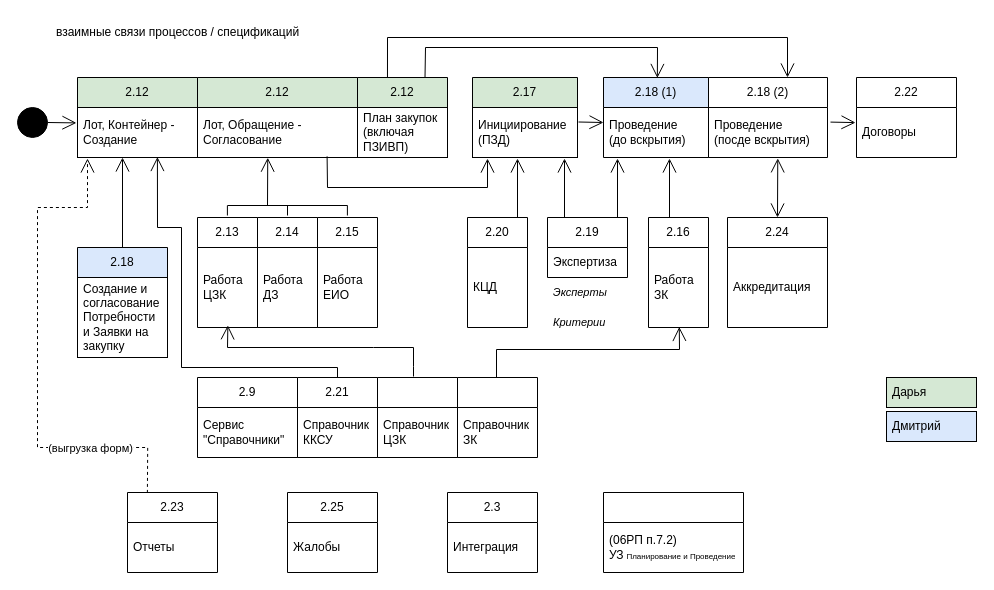
Earlier version of the draw.io diagram page "процессы / ТЗ" (8 of 8) of Предметная область SRM.drawio (realrvs/drawio). Source tidied: cells renumbered, new cells numbered last; positions are measured from the earlier drawing's top-left corner, leaving out a move shared by most shapes. Both pictures are drawn from the tidied source at 100%, with x=0, y=0 at pixel (17, 17).
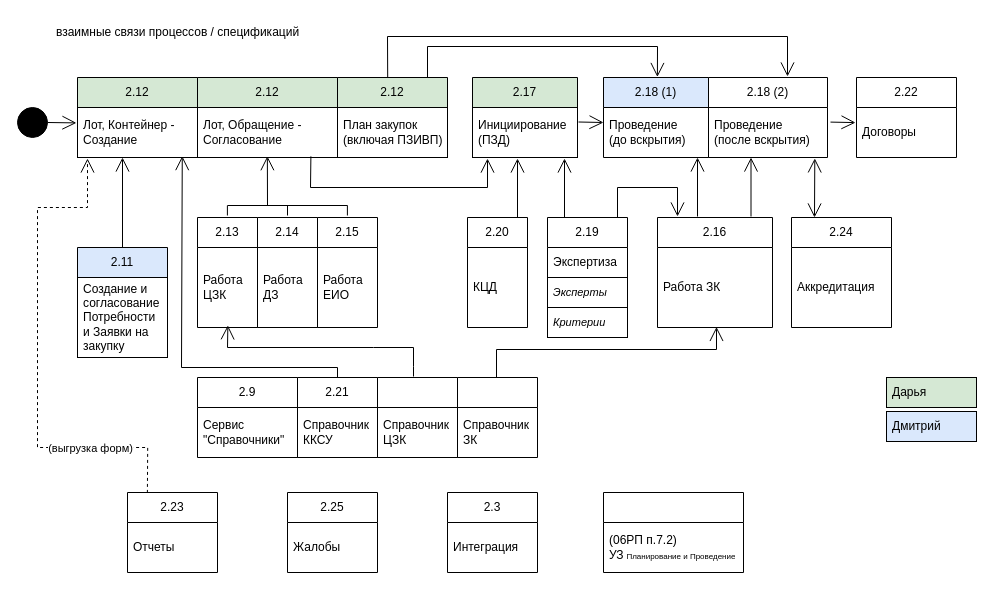
The same diagram, later.

Unchanged cells that the change refers to:
```xml
<mxCell id="6" value="Лот, Контейнер -&amp;nbsp;&lt;div&gt;Создание&lt;/div&gt;" style="text;strokeColor=#000000;fillColor=none;align=left;verticalAlign=middle;spacingLeft=4;spacingRight=4;overflow=hidden;points=[[0,0.5],[1,0.5]];portConstraint=eastwest;whiteSpace=wrap;html=1;" parent="5" vertex="1">
  <mxGeometry y="30" width="120" height="50" as="geometry" />
</mxCell>
<mxCell id="19" value="Инициирование (ПЗД)" style="text;strokeColor=default;fillColor=none;align=left;verticalAlign=middle;spacingLeft=4;spacingRight=4;overflow=hidden;points=[[0,0.5],[1,0.5]];portConstraint=eastwest;whiteSpace=wrap;html=1;" parent="18" vertex="1">
  <mxGeometry y="30" width="105" height="50" as="geometry" />
</mxCell>
<mxCell id="21" value="2.18 (1)" style="swimlane;fontStyle=0;horizontal=1;startSize=30;whiteSpace=wrap;html=1;fillColor=#dae8fc;strokeColor=#000000;" parent="1" vertex="1">
  <mxGeometry x="586" y="60" width="105" height="80" as="geometry" />
</mxCell>
<mxCell id="27" value="2.21" style="swimlane;fontStyle=0;horizontal=1;startSize=30;whiteSpace=wrap;html=1;" parent="1" vertex="1">
  <mxGeometry x="280" y="360" width="80" height="80" as="geometry" />
</mxCell>
<mxCell id="74" value="2.18 (2)" style="swimlane;fontStyle=0;horizontal=1;startSize=30;whiteSpace=wrap;html=1;" parent="1" vertex="1">
  <mxGeometry x="691" y="60" width="119" height="80" as="geometry" />
</mxCell>
```

Change to the diagram source:
```diff
@@
-    <mxCell id="8" style="endArrow=open;endFill=1;endSize=12;html=1;rounded=0;entryX=0.439;entryY=1.004;entryDx=0;entryDy=0;entryPerimeter=0;" parent="1" edge="1" target="42">
+    <mxCell id="8" style="endArrow=open;endFill=1;endSize=12;html=1;rounded=0;entryX=0.499;entryY=0.974;entryDx=0;entryDy=0;entryPerimeter=0;" parent="1" edge="1" target="42">
       <mxGeometry relative="1" as="geometry">
         <mxPoint x="250" y="188" as="sourcePoint" />
       </mxGeometry>
     </mxCell>
@@
     <mxCell id="16" value="2.12" style="swimlane;fontStyle=0;horizontal=1;startSize=30;whiteSpace=wrap;html=1;fillColor=#d5e8d4;strokeColor=#000000;" parent="1" vertex="1">
-      <mxGeometry x="340" y="60" width="90" height="80" as="geometry" />
+      <mxGeometry x="320" y="60" width="110" height="80" as="geometry" />
     </mxCell>
     <mxCell id="17" value="План закупок&lt;div&gt;(включая ПЗИВП)&lt;/div&gt;" style="text;strokeColor=#000000;fillColor=none;align=left;verticalAlign=middle;spacingLeft=4;spacingRight=4;overflow=hidden;whiteSpace=wrap;html=1;" parent="16" vertex="1">
-      <mxGeometry y="30" width="90" height="50" as="geometry" />
+      <mxGeometry y="30" width="110" height="50" as="geometry" />
     </mxCell>
@@
-    <mxCell id="20" style="endArrow=open;endFill=1;endSize=12;html=1;rounded=0;entryX=0.513;entryY=0.006;entryDx=0;entryDy=0;exitX=0.75;exitY=0;exitDx=0;exitDy=0;entryPerimeter=0;" parent="1" edge="1" source="16" target="21">
+    <mxCell id="20" style="endArrow=open;endFill=1;endSize=12;html=1;rounded=0;entryX=0.513;entryY=0.006;entryDx=0;entryDy=0;entryPerimeter=0;" parent="1" edge="1">
       <mxGeometry relative="1" as="geometry">
+        <mxPoint x="410" y="60" as="sourcePoint" />
+        <mxPoint x="639.9" y="59.5" as="targetPoint" />
         <Array as="points">
-          <mxPoint x="408" y="30" />
-          <mxPoint x="640" y="30" />
+          <mxPoint x="410" y="29" />
+          <mxPoint x="640" y="29" />
         </Array>
       </mxGeometry>
     </mxCell>
@@
     <mxCell id="25" value="2.16" style="swimlane;fontStyle=0;horizontal=1;startSize=30;whiteSpace=wrap;html=1;" parent="1" vertex="1">
-      <mxGeometry x="631" y="200" width="60" height="110" as="geometry" />
+      <mxGeometry x="640" y="200" width="115" height="110" as="geometry" />
     </mxCell>
     <mxCell id="26" value="Работа ЗК" style="text;align=left;verticalAlign=middle;spacingLeft=4;spacingRight=4;overflow=hidden;points=[[0,0.5],[1,0.5]];portConstraint=eastwest;whiteSpace=wrap;html=1;" parent="25" vertex="1">
-      <mxGeometry y="30" width="60" height="80" as="geometry" />
+      <mxGeometry y="30" width="115" height="80" as="geometry" />
     </mxCell>
@@
     <mxCell id="30" style="endArrow=open;endFill=1;endSize=12;html=1;rounded=0;exitX=0.5;exitY=0;exitDx=0;exitDy=0;entryX=0.504;entryY=1.028;entryDx=0;entryDy=0;entryPerimeter=0;" parent="1" edge="1">
       <mxGeometry relative="1" as="geometry">
-        <mxPoint x="652" y="200" as="sourcePoint" />
-        <mxPoint x="652" y="141" as="targetPoint" />
+        <mxPoint x="733.5" y="199" as="sourcePoint" />
+        <mxPoint x="733.5" y="140" as="targetPoint" />
       </mxGeometry>
     </mxCell>
@@
-    <mxCell id="33" value="&lt;i&gt;Эксперты&lt;/i&gt;" style="text;align=left;verticalAlign=middle;spacingLeft=4;spacingRight=4;overflow=hidden;whiteSpace=wrap;html=1;fontSize=11;" parent="1" vertex="1">
+    <mxCell id="33" value="&lt;i&gt;Эксперты&lt;/i&gt;" style="text;align=left;verticalAlign=middle;spacingLeft=4;spacingRight=4;overflow=hidden;whiteSpace=wrap;html=1;fontSize=11;strokeColor=default;" parent="1" vertex="1">
       <mxGeometry x="530" y="260" width="80" height="30" as="geometry" />
     </mxCell>
-    <mxCell id="34" value="&lt;i&gt;Критерии&lt;/i&gt;" style="text;align=left;verticalAlign=middle;spacingLeft=4;spacingRight=4;overflow=hidden;whiteSpace=wrap;html=1;fontSize=11;" parent="1" vertex="1">
+    <mxCell id="34" value="&lt;i&gt;Критерии&lt;/i&gt;" style="text;align=left;verticalAlign=middle;spacingLeft=4;spacingRight=4;overflow=hidden;whiteSpace=wrap;html=1;fontSize=11;strokeColor=#000000;" parent="1" vertex="1">
       <mxGeometry x="530" y="290" width="80" height="30" as="geometry" />
     </mxCell>
@@
-    <mxCell id="37" style="endArrow=open;endFill=1;endSize=12;html=1;rounded=0;entryX=0.666;entryY=0.99;entryDx=0;entryDy=0;entryPerimeter=0;exitX=0.5;exitY=0;exitDx=0;exitDy=0;" parent="1" edge="1" source="27" target="6">
+    <mxCell id="37" style="endArrow=open;endFill=1;endSize=12;html=1;rounded=0;entryX=0.873;entryY=0.972;entryDx=0;entryDy=0;entryPerimeter=0;exitX=0.5;exitY=0;exitDx=0;exitDy=0;" parent="1" edge="1" source="27" target="6">
       <mxGeometry relative="1" as="geometry">
         <Array as="points">
           <mxPoint x="320" y="350" />
           <mxPoint x="164" y="350" />
-          <mxPoint x="164" y="210" />
-          <mxPoint x="140" y="210" />
         </Array>
       </mxGeometry>
     </mxCell>
     <mxCell id="38" style="endArrow=open;endFill=1;endSize=12;html=1;rounded=0;entryX=0.513;entryY=0.993;entryDx=0;entryDy=0;entryPerimeter=0;" parent="1" edge="1" target="26">
       <mxGeometry relative="1" as="geometry">
         <mxPoint x="479" y="360" as="sourcePoint" />
         <Array as="points">
           <mxPoint x="479" y="332" />
-          <mxPoint x="662" y="332" />
+          <mxPoint x="699" y="332" />
         </Array>
       </mxGeometry>
     </mxCell>
@@
     <mxCell id="41" value="2.12" style="swimlane;fontStyle=0;horizontal=1;startSize=30;whiteSpace=wrap;html=1;fillColor=#d5e8d4;strokeColor=#000000;" parent="1" vertex="1">
-      <mxGeometry x="180" y="60" width="160" height="80" as="geometry" />
+      <mxGeometry x="180" y="60" width="140" height="80" as="geometry" />
     </mxCell>
     <mxCell id="42" value="Лот, Обращение -&amp;nbsp;&lt;div&gt;Согласование&lt;/div&gt;" style="text;strokeColor=default;fillColor=none;align=left;verticalAlign=middle;spacingLeft=4;spacingRight=4;overflow=hidden;points=[[0,0.5],[1,0.5]];portConstraint=eastwest;whiteSpace=wrap;html=1;" parent="41" vertex="1">
-      <mxGeometry y="30" width="160" height="50" as="geometry" />
+      <mxGeometry y="30" width="140" height="50" as="geometry" />
     </mxCell>
     <mxCell id="43" style="endArrow=open;endFill=1;endSize=12;html=1;rounded=0;exitX=0.81;exitY=0.977;exitDx=0;exitDy=0;entryX=0.143;entryY=1.021;entryDx=0;entryDy=0;entryPerimeter=0;exitPerimeter=0;" parent="1" edge="1" source="42" target="19">
       <mxGeometry relative="1" as="geometry">
         <Array as="points">
-          <mxPoint x="310" y="170" />
+          <mxPoint x="293" y="170" />
           <mxPoint x="470" y="170" />
         </Array>
       </mxGeometry>
     </mxCell>
     <mxCell id="44" style="endArrow=open;endFill=1;endSize=12;html=1;rounded=0;exitX=0.25;exitY=0;exitDx=0;exitDy=0;" parent="1" edge="1">
       <mxGeometry relative="1" as="geometry">
         <mxPoint x="600" y="200" as="sourcePoint" />
-        <mxPoint x="600" y="141" as="targetPoint" />
+        <mxPoint x="660" y="199" as="targetPoint" />
+        <Array as="points">
+          <mxPoint x="600" y="170" />
+          <mxPoint x="660" y="170" />
+        </Array>
       </mxGeometry>
     </mxCell>
@@
-    <mxCell id="49" style="endArrow=open;endFill=1;endSize=12;html=1;rounded=0;entryX=0.513;entryY=0.006;entryDx=0;entryDy=0;exitX=0.333;exitY=0;exitDx=0;exitDy=0;entryPerimeter=0;exitPerimeter=0;" parent="1" edge="1" source="16">
+    <mxCell id="49" style="endArrow=open;endFill=1;endSize=12;html=1;rounded=0;entryX=0.513;entryY=0.006;entryDx=0;entryDy=0;exitX=0.456;exitY=0.016;exitDx=0;exitDy=0;entryPerimeter=0;exitPerimeter=0;" parent="1" edge="1">
       <mxGeometry relative="1" as="geometry">
-        <mxPoint x="770" y="60" as="targetPoint" />
+        <mxPoint x="370.2" y="60.3" as="sourcePoint" />
+        <mxPoint x="770" y="59" as="targetPoint" />
         <Array as="points">
-          <mxPoint x="370" y="20" />
-          <mxPoint x="770" y="20" />
+          <mxPoint x="370" y="19" />
+          <mxPoint x="770" y="19" />
         </Array>
       </mxGeometry>
     </mxCell>
     <mxCell id="50" value="2.24" style="swimlane;fontStyle=0;horizontal=1;startSize=30;whiteSpace=wrap;html=1;" parent="1" vertex="1">
-      <mxGeometry x="710" y="200" width="100" height="110" as="geometry" />
+      <mxGeometry x="774" y="200" width="100" height="110" as="geometry" />
     </mxCell>
@@
-    <mxCell id="52" style="endArrow=open;endFill=1;html=1;rounded=0;exitX=0.5;exitY=0;exitDx=0;exitDy=0;entryX=0.582;entryY=1.017;entryDx=0;entryDy=0;entryPerimeter=0;startArrow=open;startFill=0;endSize=12;startSize=12;" parent="1" edge="1" source="50" target="75">
-      <mxGeometry relative="1" as="geometry" />
+    <mxCell id="52" style="endArrow=open;endFill=1;html=1;rounded=0;exitX=0.5;exitY=0;exitDx=0;exitDy=0;entryX=0.582;entryY=1.017;entryDx=0;entryDy=0;entryPerimeter=0;startArrow=open;startFill=0;endSize=12;startSize=12;" parent="1" edge="1">
+      <mxGeometry relative="1" as="geometry">
+        <mxPoint x="797" y="200" as="sourcePoint" />
+        <mxPoint x="797.3" y="140.9" as="targetPoint" />
+      </mxGeometry>
     </mxCell>
@@
-    <mxCell id="72" value="2.18" style="swimlane;fontStyle=0;horizontal=1;startSize=30;whiteSpace=wrap;html=1;fillColor=#dae8fc;strokeColor=#000000;" parent="1" vertex="1">
+    <mxCell id="72" value="2.11" style="swimlane;fontStyle=0;horizontal=1;startSize=30;whiteSpace=wrap;html=1;fillColor=#dae8fc;strokeColor=#000000;" parent="1" vertex="1">
       <mxGeometry x="60" y="230" width="90" height="110" as="geometry" />
     </mxCell>
@@
-    <mxCell id="75" value="Проведение&lt;div&gt;(посде вскрытия)&lt;/div&gt;" style="text;strokeColor=none;fillColor=none;align=left;verticalAlign=middle;spacingLeft=4;spacingRight=4;overflow=hidden;points=[[0,0.5],[1,0.5]];portConstraint=eastwest;whiteSpace=wrap;html=1;" parent="74" vertex="1">
+    <mxCell id="75" value="Проведение&lt;div&gt;(после вскрытия)&lt;/div&gt;" style="text;strokeColor=none;fillColor=none;align=left;verticalAlign=middle;spacingLeft=4;spacingRight=4;overflow=hidden;points=[[0,0.5],[1,0.5]];portConstraint=eastwest;whiteSpace=wrap;html=1;" parent="74" vertex="1">
       <mxGeometry y="30" width="119" height="50" as="geometry" />
     </mxCell>
+    <mxCell id="76" style="endArrow=open;endFill=1;endSize=12;html=1;rounded=0;exitX=0.5;exitY=0;exitDx=0;exitDy=0;entryX=0.504;entryY=1.028;entryDx=0;entryDy=0;entryPerimeter=0;" parent="1" edge="1">
+      <mxGeometry relative="1" as="geometry">
+        <mxPoint x="680" y="199" as="sourcePoint" />
+        <mxPoint x="680" y="140" as="targetPoint" />
+      </mxGeometry>
+    </mxCell>
```
